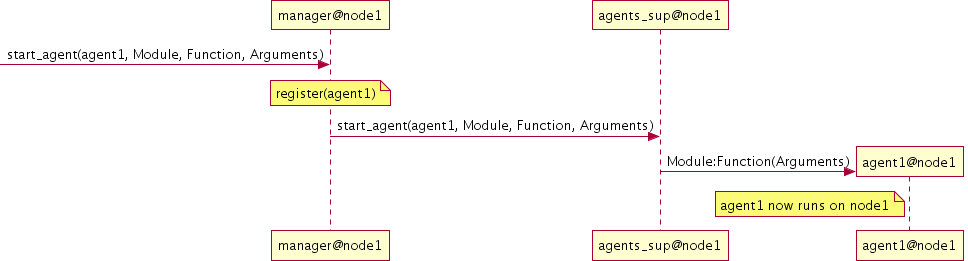
Above: doc/img/sequence_start_agents.png in b3aver/Erlang-Mobile-Agents (PlantUML), before the change. Source of this version:
```plantuml
@startuml img/sequence_start_agents.png
[-> manager@node1: start_agent(agent1, Module, Function, Arguments)
note over manager@node1: register(agent1)
manager@node1 -> agents_sup@node1: start_agent(agent1, Module, Function, Arguments)
create agent1@node1
agents_sup@node1 -> agent1@node1: Module:Function(Arguments)
note left agent1@node1: agent1 now runs on node1
@enduml
```
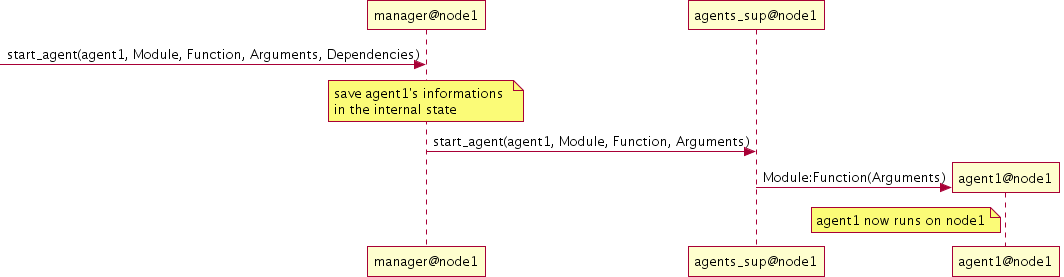
The same diagram one commit later.

Commit message:
In the sequence diagrams planned the agent's dependent modules.

What changed in the source:
```diff
@@ -1,6 +1,6 @@
 @startuml img/sequence_start_agents.png
-[-> manager@node1: start_agent(agent1, Module, Function, Arguments)
-note over manager@node1: register(agent1)
+[-> manager@node1: start_agent(agent1, Module, Function, Arguments, Dependencies)
+note over manager@node1: save agent1's informations \nin the internal state
 manager@node1 -> agents_sup@node1: start_agent(agent1, Module, Function, Arguments)
 create agent1@node1
 agents_sup@node1 -> agent1@node1: Module:Function(Arguments)
```
